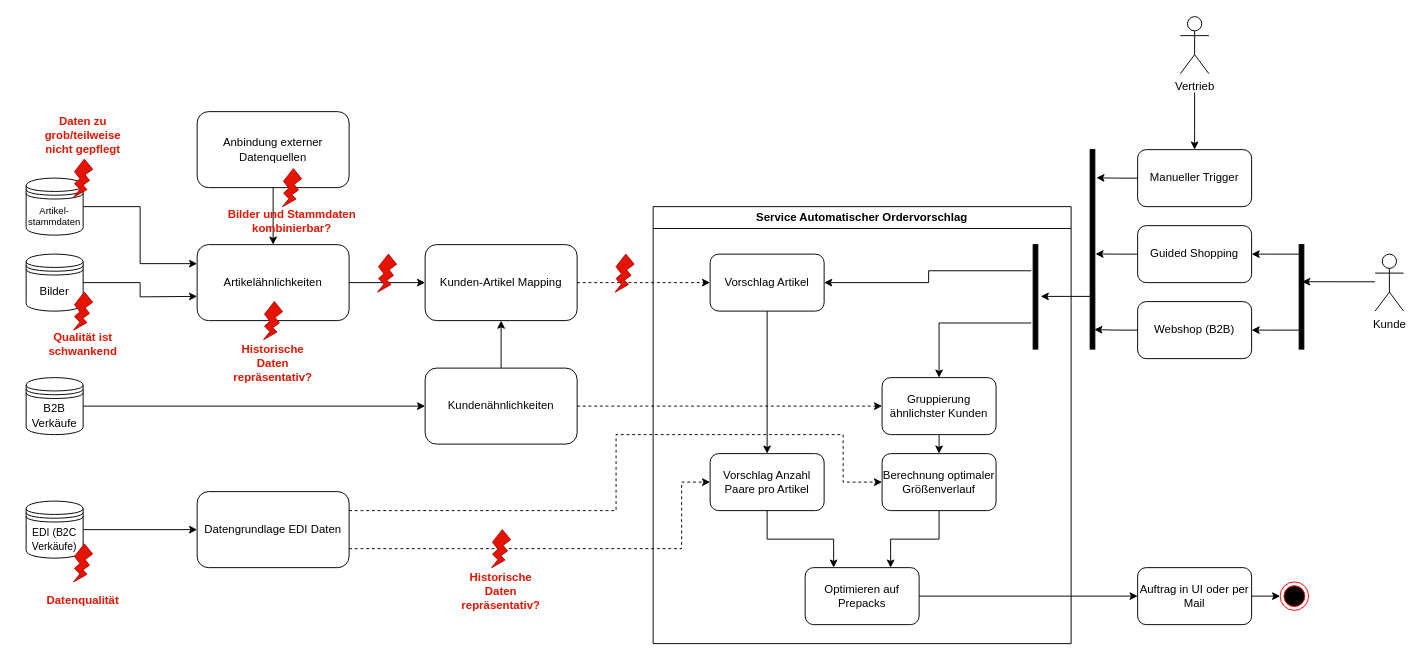
Earlier version of the draw.io diagram automatischerOrdervorschlagGanzerProzess.drawio (TKraski/drawio). Source tidied: cells renumbered, new cells numbered last; positions are measured from the earlier drawing's top-left corner, leaving out a move shared by most shapes. Both pictures are drawn from the tidied source at 95%, with x=0, y=0 at pixel (26, 16).
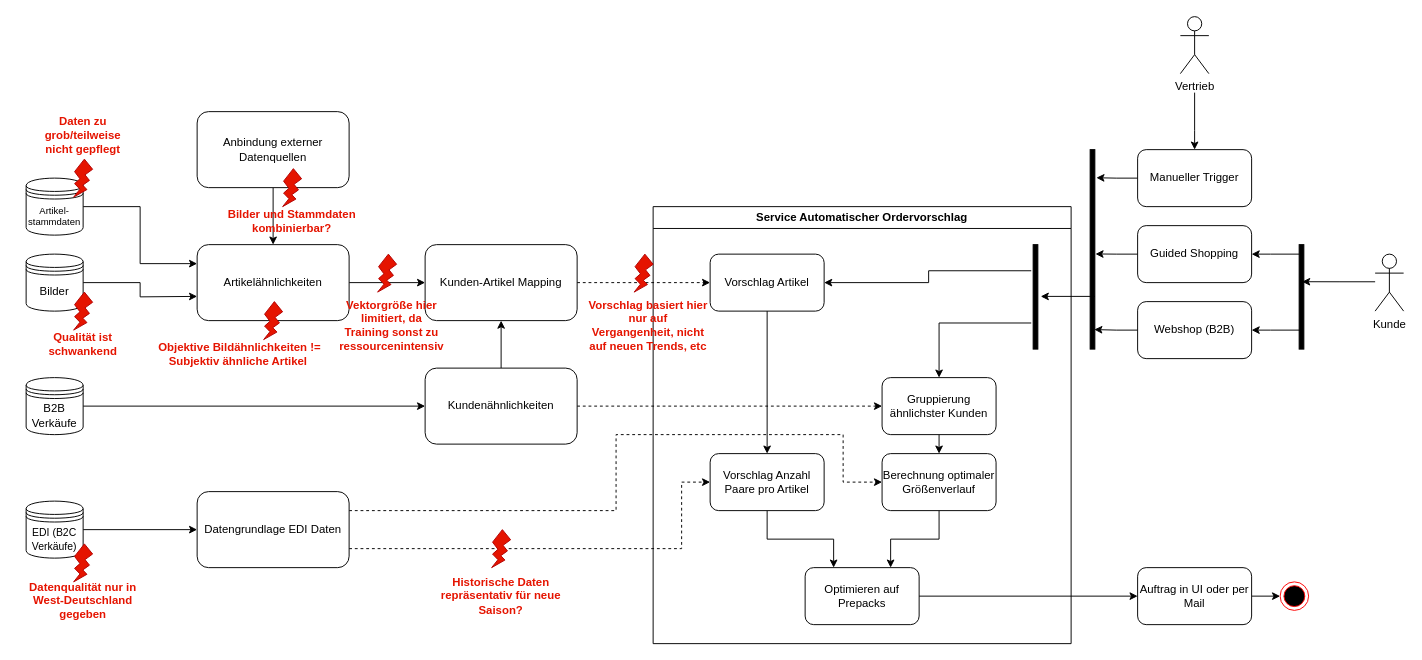
After the change.

Unchanged cells that the change refers to:
```xml
<mxCell id="14" value="Service Automatischer Ordervorschlag" style="swimlane;whiteSpace=wrap;html=1;" parent="1" vertex="1">
  <mxGeometry x="660" y="200" width="440" height="460" as="geometry" />
</mxCell>
```

What changed in the source:
```diff
@@
+    <mxCell id="68" value="Vorschlag basiert hier nur auf Vergangenheit, nicht auf neuen Trends, etc" style="text;html=1;align=center;verticalAlign=middle;whiteSpace=wrap;rounded=0;fontColor=#e51400;fontStyle=1;" parent="14" vertex="1">
+      <mxGeometry x="-70" y="110" width="130" height="30" as="geometry" />
+    </mxCell>
@@
     <mxCell id="55" style="verticalLabelPosition=bottom;verticalAlign=top;html=1;shape=mxgraph.basic.flash;fillColor=#e51400;fontColor=#ffffff;strokeColor=#B20000;" parent="1" vertex="1">
-      <mxGeometry x="620" y="250" width="20" height="40" as="geometry" />
+      <mxGeometry x="640" y="250" width="20" height="40" as="geometry" />
     </mxCell>
@@
-    <mxCell id="59" value="Datenqualität" style="text;html=1;align=center;verticalAlign=middle;whiteSpace=wrap;rounded=0;fontColor=#e51400;fontStyle=1;" parent="1" vertex="1">
-      <mxGeometry x="30" y="600" width="60" height="30" as="geometry" />
+    <mxCell id="59" value="Datenqualität nur in West-Deutschland gegeben" style="text;html=1;align=center;verticalAlign=middle;whiteSpace=wrap;rounded=0;fontColor=#e51400;fontStyle=1;" parent="1" vertex="1">
+      <mxGeometry x="-10" y="600" width="140" height="30" as="geometry" />
     </mxCell>
-    <mxCell id="60" value="Historische Daten repräsentativ?" style="text;html=1;align=center;verticalAlign=middle;whiteSpace=wrap;rounded=0;fontColor=#e51400;fontStyle=1;" parent="1" vertex="1">
-      <mxGeometry x="470" y="590" width="60" height="30" as="geometry" />
+    <mxCell id="60" value="Historische Daten repräsentativ für neue Saison?" style="text;html=1;align=center;verticalAlign=middle;whiteSpace=wrap;rounded=0;fontColor=#e51400;fontStyle=1;" parent="1" vertex="1">
+      <mxGeometry x="435" y="595" width="130" height="30" as="geometry" />
     </mxCell>
-    <mxCell id="61" value="Historische Daten repräsentativ?" style="text;html=1;align=center;verticalAlign=middle;whiteSpace=wrap;rounded=0;fontColor=#e51400;fontStyle=1;" parent="1" vertex="1">
-      <mxGeometry x="230" y="350" width="60" height="30" as="geometry" />
+    <mxCell id="61" value="Objektive Bildähnlichkeiten != Subjektiv ähnliche Artikel&amp;nbsp;" style="text;html=1;align=center;verticalAlign=middle;whiteSpace=wrap;rounded=0;fontColor=#e51400;fontStyle=1;" parent="1" vertex="1">
+      <mxGeometry x="120" y="340" width="210" height="30" as="geometry" />
     </mxCell>
@@
+    <mxCell id="69" value="Vektorgröße hier limitiert, da Training sonst zu ressourcenintensiv" style="text;html=1;align=center;verticalAlign=middle;whiteSpace=wrap;rounded=0;fontColor=#e51400;fontStyle=1;" parent="1" vertex="1">
+      <mxGeometry x="350" y="310" width="70" height="30" as="geometry" />
+    </mxCell>
```
